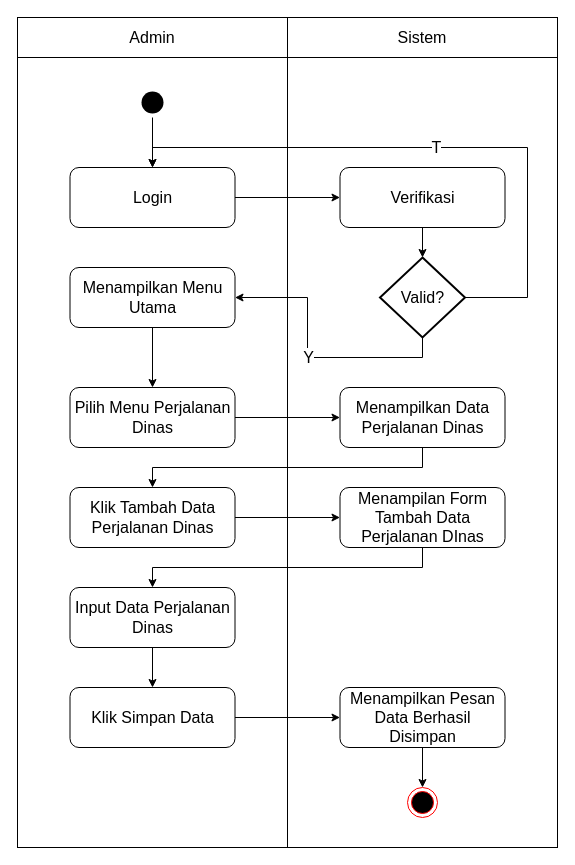
The draw.io diagram activity.drawio in WahyudinAkbar/uml_diagrams, before the edit. Source tidied: cells renumbered, new cells numbered last; positions are measured from the earlier drawing's top-left corner, leaving out a move shared by most shapes. Both pictures are drawn from the tidied source at 100%, with x=0, y=0 at pixel (17, 17).
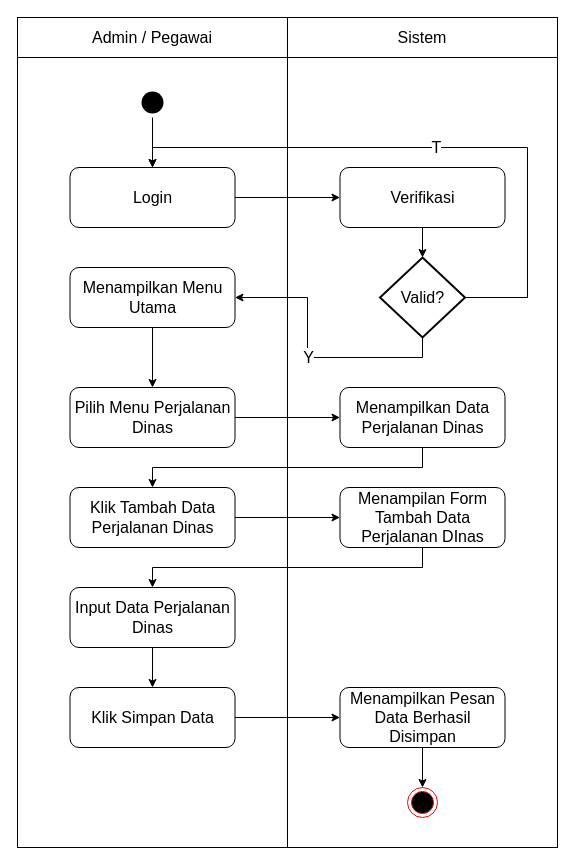
The same page after the edit.

Change to the diagram source:
```diff
@@
-    <mxCell id="4" value="&lt;font style=&quot;font-size: 16px;&quot;&gt;Admin&lt;/font&gt;" style="rounded=0;whiteSpace=wrap;html=1;" parent="1" vertex="1">
+    <mxCell id="4" value="&lt;font style=&quot;font-size: 16px;&quot;&gt;Admin / Pegawai&lt;/font&gt;" style="rounded=0;whiteSpace=wrap;html=1;" parent="1" vertex="1">
       <mxGeometry width="270" height="40" as="geometry" />
     </mxCell>
```
